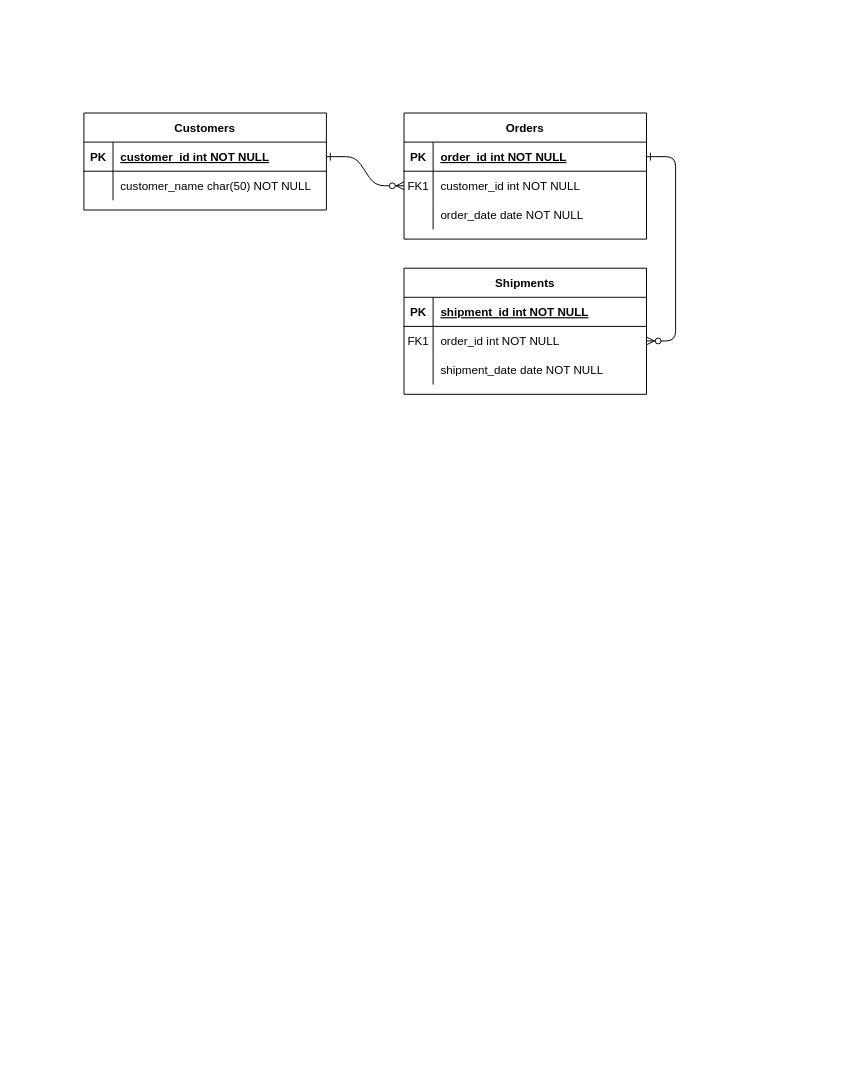
This is Untitled Diagram.drawio from tejudharanesh/database_design, a draw.io file, before an edit. Source tidied: cells renumbered, new cells numbered last; positions are measured from the earlier drawing's top-left corner, leaving out a move shared by most shapes. Both pictures are drawn from the tidied source at 97%, with x=0, y=0 at pixel (83, 113).
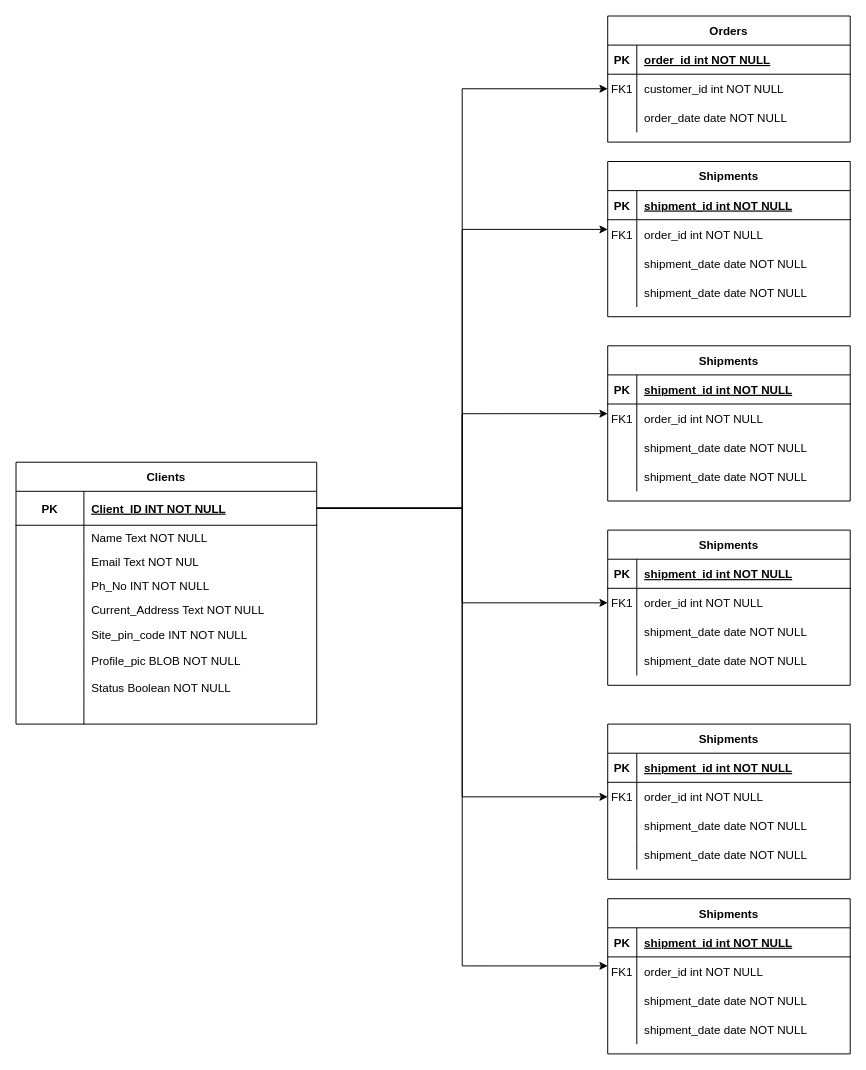
The same diagram, later.

The change refers to these unchanged cells:
```xml
<mxCell id="5" style="shape=partialRectangle;fillColor=none;points=[[0,0.5],[1,0.5]];portConstraint=eastwest;top=0;left=0;right=0;bottom=1;" parent="4" vertex="1">
  <mxGeometry y="30" width="250" height="30" as="geometry" />
</mxCell>
<mxCell id="8" style="shape=partialRectangle;fillColor=none;points=[[0,0.5],[1,0.5]];portConstraint=eastwest;top=0;left=0;right=0;bottom=0;" parent="4" vertex="1">
  <mxGeometry y="60" width="250" height="30" as="geometry" />
</mxCell>
<mxCell id="18" style="shape=partialRectangle;fillColor=none;points=[[0,0.5],[1,0.5]];portConstraint=eastwest;top=0;left=0;right=0;bottom=0;" parent="14" vertex="1">
  <mxGeometry y="60" width="250" height="30" as="geometry" />
</mxCell>
```

Change to the diagram source:
```diff
@@
-    <mxCell id="2" style="edgeStyle=entityRelationEdgeStyle;endArrow=ERzeroToMany;startArrow=ERone;endFill=1;startFill=0;" parent="1" edge="1" source="25" target="8">
-      <mxGeometry relative="1" as="geometry" />
-    </mxCell>
-    <mxCell id="3" style="edgeStyle=entityRelationEdgeStyle;endArrow=ERzeroToMany;startArrow=ERone;endFill=1;startFill=0;" parent="1" edge="1" source="5" target="18">
-      <mxGeometry relative="1" as="geometry" />
-    </mxCell>
     <mxCell id="4" value="Orders" style="shape=table;startSize=30;childLayout=tableLayout;rowLines=0;fontStyle=1;align=center;" parent="1" vertex="1">
-      <mxGeometry x="330" width="250" height="130" as="geometry" />
+      <mxGeometry x="540" y="-100" width="250" height="130" as="geometry" />
     </mxCell>
@@
     <mxCell id="14" value="Shipments" style="shape=table;startSize=30;childLayout=tableLayout;rowLines=0;fontStyle=1;align=center;" parent="1" vertex="1">
-      <mxGeometry x="330" y="160" width="250" height="130" as="geometry" />
+      <mxGeometry x="540" y="50" width="250" height="160" as="geometry" />
     </mxCell>
@@
+    <mxCell id="31" style="shape=partialRectangle;fillColor=none;top=0;left=0;right=0;bottom=0;" parent="14" vertex="1">
+      <mxGeometry y="120" width="250" height="30" as="geometry" />
+    </mxCell>
+    <mxCell id="32" style="shape=partialRectangle;overflow=hidden;fillColor=none;top=0;left=0;bottom=0;right=0;" parent="31" vertex="1">
+      <mxGeometry width="30" height="30" as="geometry" />
+    </mxCell>
+    <mxCell id="33" value="shipment_date date NOT NULL" style="shape=partialRectangle;overflow=hidden;fillColor=none;top=0;left=0;bottom=0;right=0;align=left;spacingLeft=6;" parent="31" vertex="1">
+      <mxGeometry x="30" width="220" height="30" as="geometry" />
+    </mxCell>
-    <mxCell id="24" value="Customers" style="shape=table;startSize=30;childLayout=tableLayout;rowLines=0;fontStyle=1;align=center;" parent="1" vertex="1">
-      <mxGeometry width="250" height="100" as="geometry" />
+    <mxCell id="24" value="Clients" style="shape=table;startSize=30;childLayout=tableLayout;rowLines=0;fontStyle=1;align=center;columnLines=1;" parent="1" vertex="1">
+      <mxGeometry x="-70" y="360" width="310" height="270" as="geometry" />
     </mxCell>
     <mxCell id="25" style="shape=partialRectangle;fillColor=none;points=[[0,0.5],[1,0.5]];portConstraint=eastwest;top=0;left=0;right=0;bottom=1;" parent="24" vertex="1">
-      <mxGeometry y="30" width="250" height="30" as="geometry" />
+      <mxGeometry y="30" width="310" height="35" as="geometry" />
     </mxCell>
     <mxCell id="26" value="PK" style="shape=partialRectangle;overflow=hidden;fillColor=none;top=0;left=0;bottom=0;right=0;fontStyle=1;" parent="25" vertex="1">
-      <mxGeometry width="30" height="30" as="geometry" />
+      <mxGeometry width="70" height="35" as="geometry" />
     </mxCell>
-    <mxCell id="27" value="customer_id int NOT NULL " style="shape=partialRectangle;overflow=hidden;fillColor=none;top=0;left=0;bottom=0;right=0;align=left;spacingLeft=6;fontStyle=5;" parent="25" vertex="1">
-      <mxGeometry x="30" width="220" height="30" as="geometry" />
+    <mxCell id="27" value="Client_ID INT NOT NULL" style="shape=partialRectangle;overflow=hidden;fillColor=none;top=0;left=0;bottom=0;right=0;align=left;spacingLeft=6;fontStyle=5;" parent="25" vertex="1">
+      <mxGeometry x="70" width="240" height="35" as="geometry" />
     </mxCell>
     <mxCell id="28" style="shape=partialRectangle;fillColor=none;top=0;left=0;right=0;bottom=0;" parent="24" vertex="1">
-      <mxGeometry y="60" width="250" height="30" as="geometry" />
+      <mxGeometry y="65" width="310" height="25" as="geometry" />
     </mxCell>
     <mxCell id="29" style="shape=partialRectangle;overflow=hidden;fillColor=none;top=0;left=0;bottom=0;right=0;" parent="28" vertex="1">
-      <mxGeometry width="30" height="30" as="geometry" />
+      <mxGeometry width="70" height="25" as="geometry" />
     </mxCell>
-    <mxCell id="30" value="customer_name char(50) NOT NULL" style="shape=partialRectangle;overflow=hidden;fillColor=none;top=0;left=0;bottom=0;right=0;align=left;spacingLeft=6;" parent="28" vertex="1">
-      <mxGeometry x="30" width="220" height="30" as="geometry" />
+    <mxCell id="30" value="Name Text NOT NULL" style="shape=partialRectangle;overflow=hidden;fillColor=none;top=0;left=0;bottom=0;right=0;align=left;spacingLeft=6;" parent="28" vertex="1">
+      <mxGeometry x="70" width="240" height="25" as="geometry" />
     </mxCell>
+    <mxCell id="34" style="shape=partialRectangle;fillColor=none;top=0;left=0;right=0;bottom=0;" parent="24" vertex="1">
+      <mxGeometry y="90" width="310" height="25" as="geometry" />
+    </mxCell>
+    <mxCell id="35" style="shape=partialRectangle;overflow=hidden;fillColor=none;top=0;left=0;bottom=0;right=0;" parent="34" vertex="1">
+      <mxGeometry width="70" height="25" as="geometry" />
+    </mxCell>
+    <mxCell id="36" value="Email Text NOT NUL" style="shape=partialRectangle;overflow=hidden;fillColor=none;top=0;left=0;bottom=0;right=0;align=left;spacingLeft=6;" parent="34" vertex="1">
+      <mxGeometry x="70" width="240" height="25" as="geometry" />
+    </mxCell>
+    <mxCell id="37" style="shape=partialRectangle;fillColor=none;top=0;left=0;right=0;bottom=0;" parent="24" vertex="1">
+      <mxGeometry y="115" width="310" height="25" as="geometry" />
+    </mxCell>
+    <mxCell id="38" style="shape=partialRectangle;overflow=hidden;fillColor=none;top=0;left=0;bottom=0;right=0;" parent="37" vertex="1">
+      <mxGeometry width="70" height="25" as="geometry" />
+    </mxCell>
+    <mxCell id="39" value="Ph_No INT NOT NULL" style="shape=partialRectangle;overflow=hidden;fillColor=none;top=0;left=0;bottom=0;right=0;align=left;spacingLeft=6;" parent="37" vertex="1">
+      <mxGeometry x="70" width="240" height="25" as="geometry" />
+    </mxCell>
+    <mxCell id="40" style="shape=partialRectangle;fillColor=none;top=0;left=0;right=0;bottom=0;" parent="24" vertex="1">
+      <mxGeometry y="140" width="310" height="25" as="geometry" />
+    </mxCell>
+    <mxCell id="41" style="shape=partialRectangle;overflow=hidden;fillColor=none;top=0;left=0;bottom=0;right=0;" parent="40" vertex="1">
+      <mxGeometry width="70" height="25" as="geometry" />
+    </mxCell>
+    <mxCell id="42" value="Current_Address Text NOT NULL" style="shape=partialRectangle;overflow=hidden;fillColor=none;top=0;left=0;bottom=0;right=0;align=left;spacingLeft=6;" parent="40" vertex="1">
+      <mxGeometry x="70" width="240" height="25" as="geometry" />
+    </mxCell>
+    <mxCell id="43" style="shape=partialRectangle;fillColor=none;top=0;left=0;right=0;bottom=0;" parent="24" vertex="1">
+      <mxGeometry y="165" width="310" height="25" as="geometry" />
+    </mxCell>
+    <mxCell id="44" style="shape=partialRectangle;overflow=hidden;fillColor=none;top=0;left=0;bottom=0;right=0;" parent="43" vertex="1">
+      <mxGeometry width="70" height="25" as="geometry" />
+    </mxCell>
+    <mxCell id="45" value="Site_pin_code INT NOT NULL" style="shape=partialRectangle;overflow=hidden;fillColor=none;top=0;left=0;bottom=0;right=0;align=left;spacingLeft=6;" parent="43" vertex="1">
+      <mxGeometry x="70" width="240" height="25" as="geometry" />
+    </mxCell>
+    <mxCell id="46" style="shape=partialRectangle;fillColor=none;top=0;left=0;right=0;bottom=0;" parent="24" vertex="1">
+      <mxGeometry y="190" width="310" height="30" as="geometry" />
+    </mxCell>
+    <mxCell id="47" style="shape=partialRectangle;overflow=hidden;fillColor=none;top=0;left=0;bottom=0;right=0;" parent="46" vertex="1">
+      <mxGeometry width="70" height="30" as="geometry" />
+    </mxCell>
+    <mxCell id="48" value="Profile_pic BLOB NOT NULL" style="shape=partialRectangle;overflow=hidden;fillColor=none;top=0;left=0;bottom=0;right=0;align=left;spacingLeft=6;fontStyle=0;" parent="46" vertex="1">
+      <mxGeometry x="70" width="240" height="30" as="geometry" />
+    </mxCell>
+    <mxCell id="49" style="shape=partialRectangle;fillColor=none;top=0;left=0;right=0;bottom=0;" parent="24" vertex="1">
+      <mxGeometry y="220" width="310" height="25" as="geometry" />
+    </mxCell>
+    <mxCell id="50" style="shape=partialRectangle;overflow=hidden;fillColor=none;top=0;left=0;bottom=0;right=0;" parent="49" vertex="1">
+      <mxGeometry width="70" height="25" as="geometry" />
+    </mxCell>
+    <mxCell id="51" value="Status Boolean NOT NULL" style="shape=partialRectangle;overflow=hidden;fillColor=none;top=0;left=0;bottom=0;right=0;align=left;spacingLeft=6;" parent="49" vertex="1">
+      <mxGeometry x="70" width="240" height="25" as="geometry" />
+    </mxCell>
+    <mxCell id="52" style="shape=partialRectangle;fillColor=none;top=0;left=0;right=0;bottom=0;" parent="24" vertex="1">
+      <mxGeometry y="245" width="310" height="25" as="geometry" />
+    </mxCell>
+    <mxCell id="53" style="shape=partialRectangle;overflow=hidden;fillColor=none;top=0;left=0;bottom=0;right=0;" parent="52" vertex="1">
+      <mxGeometry width="70" height="25" as="geometry" />
+    </mxCell>
+    <mxCell id="54" style="shape=partialRectangle;overflow=hidden;fillColor=none;top=0;left=0;bottom=0;right=0;align=left;spacingLeft=6;" parent="52" vertex="1">
+      <mxGeometry x="70" width="240" height="25" as="geometry" />
+    </mxCell>
+    <mxCell id="55" value="Shipments" style="shape=table;startSize=30;childLayout=tableLayout;rowLines=0;fontStyle=1;align=center;" parent="1" vertex="1">
+      <mxGeometry x="540" y="240" width="250" height="160" as="geometry" />
+    </mxCell>
+    <mxCell id="56" style="shape=partialRectangle;fillColor=none;top=0;left=0;right=0;bottom=1;" parent="55" vertex="1">
+      <mxGeometry y="30" width="250" height="30" as="geometry" />
+    </mxCell>
+    <mxCell id="57" value="PK" style="shape=partialRectangle;overflow=hidden;fillColor=none;top=0;left=0;bottom=0;right=0;fontStyle=1;" parent="56" vertex="1">
+      <mxGeometry width="30" height="30" as="geometry" />
+    </mxCell>
+    <mxCell id="58" value="shipment_id int NOT NULL " style="shape=partialRectangle;overflow=hidden;fillColor=none;top=0;left=0;bottom=0;right=0;align=left;spacingLeft=6;fontStyle=5;" parent="56" vertex="1">
+      <mxGeometry x="30" width="220" height="30" as="geometry" />
+    </mxCell>
+    <mxCell id="59" style="shape=partialRectangle;fillColor=none;points=[[0,0.5],[1,0.5]];portConstraint=eastwest;top=0;left=0;right=0;bottom=0;" parent="55" vertex="1">
+      <mxGeometry y="60" width="250" height="30" as="geometry" />
+    </mxCell>
+    <mxCell id="60" value="FK1" style="shape=partialRectangle;overflow=hidden;fillColor=none;top=0;left=0;bottom=0;right=0;" parent="59" vertex="1">
+      <mxGeometry width="30" height="30" as="geometry" />
+    </mxCell>
+    <mxCell id="61" value="order_id int NOT NULL" style="shape=partialRectangle;overflow=hidden;fillColor=none;top=0;left=0;bottom=0;right=0;align=left;spacingLeft=6;" parent="59" vertex="1">
+      <mxGeometry x="30" width="220" height="30" as="geometry" />
+    </mxCell>
+    <mxCell id="62" style="shape=partialRectangle;fillColor=none;top=0;left=0;right=0;bottom=0;" parent="55" vertex="1">
+      <mxGeometry y="90" width="250" height="30" as="geometry" />
+    </mxCell>
+    <mxCell id="63" style="shape=partialRectangle;overflow=hidden;fillColor=none;top=0;left=0;bottom=0;right=0;" parent="62" vertex="1">
+      <mxGeometry width="30" height="30" as="geometry" />
+    </mxCell>
+    <mxCell id="64" value="shipment_date date NOT NULL" style="shape=partialRectangle;overflow=hidden;fillColor=none;top=0;left=0;bottom=0;right=0;align=left;spacingLeft=6;" parent="62" vertex="1">
+      <mxGeometry x="30" width="220" height="30" as="geometry" />
+    </mxCell>
+    <mxCell id="65" style="shape=partialRectangle;fillColor=none;top=0;left=0;right=0;bottom=0;" parent="55" vertex="1">
+      <mxGeometry y="120" width="250" height="30" as="geometry" />
+    </mxCell>
+    <mxCell id="66" style="shape=partialRectangle;overflow=hidden;fillColor=none;top=0;left=0;bottom=0;right=0;" parent="65" vertex="1">
+      <mxGeometry width="30" height="30" as="geometry" />
+    </mxCell>
+    <mxCell id="67" value="shipment_date date NOT NULL" style="shape=partialRectangle;overflow=hidden;fillColor=none;top=0;left=0;bottom=0;right=0;align=left;spacingLeft=6;" parent="65" vertex="1">
+      <mxGeometry x="30" width="220" height="30" as="geometry" />
+    </mxCell>
+    <mxCell id="68" value="Shipments" style="shape=table;startSize=30;childLayout=tableLayout;rowLines=0;fontStyle=1;align=center;" parent="1" vertex="1">
+      <mxGeometry x="540" y="630" width="250" height="160" as="geometry" />
+    </mxCell>
+    <mxCell id="69" style="shape=partialRectangle;fillColor=none;top=0;left=0;right=0;bottom=1;" parent="68" vertex="1">
+      <mxGeometry y="30" width="250" height="30" as="geometry" />
+    </mxCell>
+    <mxCell id="70" value="PK" style="shape=partialRectangle;overflow=hidden;fillColor=none;top=0;left=0;bottom=0;right=0;fontStyle=1;" parent="69" vertex="1">
+      <mxGeometry width="30" height="30" as="geometry" />
+    </mxCell>
+    <mxCell id="71" value="shipment_id int NOT NULL " style="shape=partialRectangle;overflow=hidden;fillColor=none;top=0;left=0;bottom=0;right=0;align=left;spacingLeft=6;fontStyle=5;" parent="69" vertex="1">
+      <mxGeometry x="30" width="220" height="30" as="geometry" />
+    </mxCell>
+    <mxCell id="72" style="shape=partialRectangle;fillColor=none;points=[[0,0.5],[1,0.5]];portConstraint=eastwest;top=0;left=0;right=0;bottom=0;" parent="68" vertex="1">
+      <mxGeometry y="60" width="250" height="30" as="geometry" />
+    </mxCell>
+    <mxCell id="73" value="FK1" style="shape=partialRectangle;overflow=hidden;fillColor=none;top=0;left=0;bottom=0;right=0;" parent="72" vertex="1">
+      <mxGeometry width="30" height="30" as="geometry" />
+    </mxCell>
+    <mxCell id="74" value="order_id int NOT NULL" style="shape=partialRectangle;overflow=hidden;fillColor=none;top=0;left=0;bottom=0;right=0;align=left;spacingLeft=6;" parent="72" vertex="1">
+      <mxGeometry x="30" width="220" height="30" as="geometry" />
+    </mxCell>
+    <mxCell id="75" style="shape=partialRectangle;fillColor=none;top=0;left=0;right=0;bottom=0;" parent="68" vertex="1">
+      <mxGeometry y="90" width="250" height="30" as="geometry" />
+    </mxCell>
+    <mxCell id="76" style="shape=partialRectangle;overflow=hidden;fillColor=none;top=0;left=0;bottom=0;right=0;" parent="75" vertex="1">
+      <mxGeometry width="30" height="30" as="geometry" />
+    </mxCell>
+    <mxCell id="77" value="shipment_date date NOT NULL" style="shape=partialRectangle;overflow=hidden;fillColor=none;top=0;left=0;bottom=0;right=0;align=left;spacingLeft=6;" parent="75" vertex="1">
+      <mxGeometry x="30" width="220" height="30" as="geometry" />
+    </mxCell>
+    <mxCell id="78" style="shape=partialRectangle;fillColor=none;top=0;left=0;right=0;bottom=0;" parent="68" vertex="1">
+      <mxGeometry y="120" width="250" height="30" as="geometry" />
+    </mxCell>
+    <mxCell id="79" style="shape=partialRectangle;overflow=hidden;fillColor=none;top=0;left=0;bottom=0;right=0;" parent="78" vertex="1">
+      <mxGeometry width="30" height="30" as="geometry" />
+    </mxCell>
+    <mxCell id="80" value="shipment_date date NOT NULL" style="shape=partialRectangle;overflow=hidden;fillColor=none;top=0;left=0;bottom=0;right=0;align=left;spacingLeft=6;" parent="78" vertex="1">
+      <mxGeometry x="30" width="220" height="30" as="geometry" />
+    </mxCell>
+    <mxCell id="81" value="Shipments" style="shape=table;startSize=30;childLayout=tableLayout;rowLines=0;fontStyle=1;align=center;" parent="1" vertex="1">
+      <mxGeometry x="540" y="810" width="250" height="160" as="geometry" />
+    </mxCell>
+    <mxCell id="82" style="shape=partialRectangle;fillColor=none;top=0;left=0;right=0;bottom=1;" parent="81" vertex="1">
+      <mxGeometry y="30" width="250" height="30" as="geometry" />
+    </mxCell>
+    <mxCell id="83" value="PK" style="shape=partialRectangle;overflow=hidden;fillColor=none;top=0;left=0;bottom=0;right=0;fontStyle=1;" parent="82" vertex="1">
+      <mxGeometry width="30" height="30" as="geometry" />
+    </mxCell>
+    <mxCell id="84" value="shipment_id int NOT NULL " style="shape=partialRectangle;overflow=hidden;fillColor=none;top=0;left=0;bottom=0;right=0;align=left;spacingLeft=6;fontStyle=5;" parent="82" vertex="1">
+      <mxGeometry x="30" width="220" height="30" as="geometry" />
+    </mxCell>
+    <mxCell id="85" style="shape=partialRectangle;fillColor=none;points=[[0,0.5],[1,0.5]];portConstraint=eastwest;top=0;left=0;right=0;bottom=0;" parent="81" vertex="1">
+      <mxGeometry y="60" width="250" height="30" as="geometry" />
+    </mxCell>
+    <mxCell id="86" value="FK1" style="shape=partialRectangle;overflow=hidden;fillColor=none;top=0;left=0;bottom=0;right=0;" parent="85" vertex="1">
+      <mxGeometry width="30" height="30" as="geometry" />
+    </mxCell>
+    <mxCell id="87" value="order_id int NOT NULL" style="shape=partialRectangle;overflow=hidden;fillColor=none;top=0;left=0;bottom=0;right=0;align=left;spacingLeft=6;" parent="85" vertex="1">
+      <mxGeometry x="30" width="220" height="30" as="geometry" />
+    </mxCell>
+    <mxCell id="88" style="shape=partialRectangle;fillColor=none;top=0;left=0;right=0;bottom=0;" parent="81" vertex="1">
+      <mxGeometry y="90" width="250" height="30" as="geometry" />
+    </mxCell>
+    <mxCell id="89" style="shape=partialRectangle;overflow=hidden;fillColor=none;top=0;left=0;bottom=0;right=0;" parent="88" vertex="1">
+      <mxGeometry width="30" height="30" as="geometry" />
+    </mxCell>
+    <mxCell id="90" value="shipment_date date NOT NULL" style="shape=partialRectangle;overflow=hidden;fillColor=none;top=0;left=0;bottom=0;right=0;align=left;spacingLeft=6;" parent="88" vertex="1">
+      <mxGeometry x="30" width="220" height="30" as="geometry" />
+    </mxCell>
+    <mxCell id="91" style="shape=partialRectangle;fillColor=none;top=0;left=0;right=0;bottom=0;" parent="81" vertex="1">
+      <mxGeometry y="120" width="250" height="30" as="geometry" />
+    </mxCell>
+    <mxCell id="92" style="shape=partialRectangle;overflow=hidden;fillColor=none;top=0;left=0;bottom=0;right=0;" parent="91" vertex="1">
+      <mxGeometry width="30" height="30" as="geometry" />
+    </mxCell>
+    <mxCell id="93" value="shipment_date date NOT NULL" style="shape=partialRectangle;overflow=hidden;fillColor=none;top=0;left=0;bottom=0;right=0;align=left;spacingLeft=6;" parent="91" vertex="1">
+      <mxGeometry x="30" width="220" height="30" as="geometry" />
+    </mxCell>
+    <mxCell id="94" style="edgeStyle=orthogonalEdgeStyle;rounded=0;jettySize=auto;html=1;exitX=1;exitY=0.5;exitDx=0;exitDy=0;entryX=0;entryY=0.333;entryDx=0;entryDy=0;curved=0;entryPerimeter=0;" parent="1" edge="1" source="25" target="18">
+      <mxGeometry relative="1" as="geometry" />
+    </mxCell>
+    <mxCell id="2" style="edgeStyle=orthogonalEdgeStyle;rounded=0;jettySize=auto;html=1;exitX=1;exitY=0.5;exitDx=0;exitDy=0;entryX=0;entryY=0.5;entryDx=0;entryDy=0;curved=0;" parent="1" edge="1" source="25" target="8">
+      <mxGeometry relative="1" as="geometry" />
+    </mxCell>
+    <mxCell id="95" style="edgeStyle=orthogonalEdgeStyle;rounded=0;jettySize=auto;html=1;exitX=1;exitY=0.5;exitDx=0;exitDy=0;entryX=0;entryY=0.333;entryDx=0;entryDy=0;entryPerimeter=0;" parent="1" edge="1" source="25" target="59">
+      <mxGeometry relative="1" as="geometry" />
+    </mxCell>
+    <mxCell id="96" style="edgeStyle=orthogonalEdgeStyle;rounded=0;jettySize=auto;html=1;exitX=1;exitY=0.5;exitDx=0;exitDy=0;entryX=0;entryY=0.309;entryDx=0;entryDy=0;entryPerimeter=0;" parent="1" edge="1" source="25" target="85">
+      <mxGeometry relative="1" as="geometry" />
+    </mxCell>
+    <mxCell id="97" style="edgeStyle=orthogonalEdgeStyle;rounded=0;jettySize=auto;html=1;exitX=1;exitY=0.5;exitDx=0;exitDy=0;entryX=0;entryY=0.5;entryDx=0;entryDy=0;" parent="1" edge="1" source="25" target="72">
+      <mxGeometry relative="1" as="geometry" />
+    </mxCell>
+    <mxCell id="98" value="Shipments" style="shape=table;startSize=30;childLayout=tableLayout;rowLines=0;fontStyle=1;align=center;" parent="1" vertex="1">
+      <mxGeometry x="540" y="430" width="250" height="160" as="geometry" />
+    </mxCell>
+    <mxCell id="99" style="shape=partialRectangle;fillColor=none;top=0;left=0;right=0;bottom=1;" parent="98" vertex="1">
+      <mxGeometry y="30" width="250" height="30" as="geometry" />
+    </mxCell>
+    <mxCell id="100" value="PK" style="shape=partialRectangle;overflow=hidden;fillColor=none;top=0;left=0;bottom=0;right=0;fontStyle=1;" parent="99" vertex="1">
+      <mxGeometry width="30" height="30" as="geometry" />
+    </mxCell>
+    <mxCell id="101" value="shipment_id int NOT NULL " style="shape=partialRectangle;overflow=hidden;fillColor=none;top=0;left=0;bottom=0;right=0;align=left;spacingLeft=6;fontStyle=5;" parent="99" vertex="1">
+      <mxGeometry x="30" width="220" height="30" as="geometry" />
+    </mxCell>
+    <mxCell id="102" style="shape=partialRectangle;fillColor=none;points=[[0,0.5],[1,0.5]];portConstraint=eastwest;top=0;left=0;right=0;bottom=0;" parent="98" vertex="1">
+      <mxGeometry y="60" width="250" height="30" as="geometry" />
+    </mxCell>
+    <mxCell id="103" value="FK1" style="shape=partialRectangle;overflow=hidden;fillColor=none;top=0;left=0;bottom=0;right=0;" parent="102" vertex="1">
+      <mxGeometry width="30" height="30" as="geometry" />
+    </mxCell>
+    <mxCell id="104" value="order_id int NOT NULL" style="shape=partialRectangle;overflow=hidden;fillColor=none;top=0;left=0;bottom=0;right=0;align=left;spacingLeft=6;" parent="102" vertex="1">
+      <mxGeometry x="30" width="220" height="30" as="geometry" />
+    </mxCell>
+    <mxCell id="105" style="shape=partialRectangle;fillColor=none;top=0;left=0;right=0;bottom=0;" parent="98" vertex="1">
+      <mxGeometry y="90" width="250" height="30" as="geometry" />
+    </mxCell>
+    <mxCell id="106" style="shape=partialRectangle;overflow=hidden;fillColor=none;top=0;left=0;bottom=0;right=0;" parent="105" vertex="1">
+      <mxGeometry width="30" height="30" as="geometry" />
+    </mxCell>
+    <mxCell id="107" value="shipment_date date NOT NULL" style="shape=partialRectangle;overflow=hidden;fillColor=none;top=0;left=0;bottom=0;right=0;align=left;spacingLeft=6;" parent="105" vertex="1">
+      <mxGeometry x="30" width="220" height="30" as="geometry" />
+    </mxCell>
+    <mxCell id="108" style="shape=partialRectangle;fillColor=none;top=0;left=0;right=0;bottom=0;" parent="98" vertex="1">
+      <mxGeometry y="120" width="250" height="30" as="geometry" />
+    </mxCell>
+    <mxCell id="109" style="shape=partialRectangle;overflow=hidden;fillColor=none;top=0;left=0;bottom=0;right=0;" parent="108" vertex="1">
+      <mxGeometry width="30" height="30" as="geometry" />
+    </mxCell>
+    <mxCell id="110" value="shipment_date date NOT NULL" style="shape=partialRectangle;overflow=hidden;fillColor=none;top=0;left=0;bottom=0;right=0;align=left;spacingLeft=6;" parent="108" vertex="1">
+      <mxGeometry x="30" width="220" height="30" as="geometry" />
+    </mxCell>
+    <mxCell id="111" style="edgeStyle=orthogonalEdgeStyle;rounded=0;jettySize=auto;html=1;exitX=1;exitY=0.5;exitDx=0;exitDy=0;entryX=0;entryY=0.5;entryDx=0;entryDy=0;" parent="1" edge="1" source="25" target="102">
+      <mxGeometry relative="1" as="geometry" />
+    </mxCell>
```
